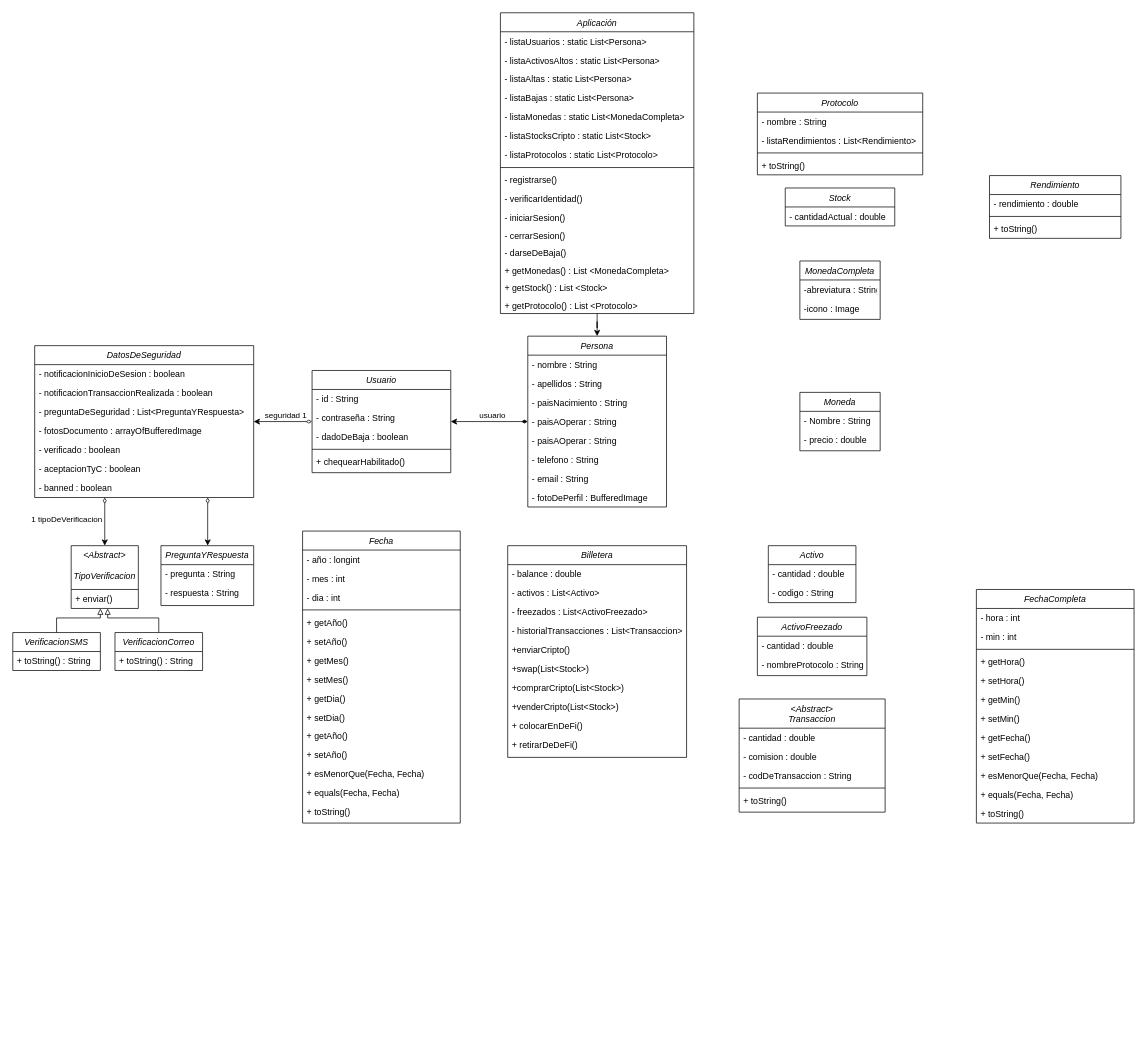
Faus142005/CriptoWallet keeps this draw.io diagram as Diagrama.drawio. Above is the earlier version. Source tidied: cells renumbered, new cells numbered last; positions are measured from the earlier drawing's top-left corner, leaving out a move shared by most shapes. Both pictures are drawn from the tidied source at 73%, with x=0, y=0 at pixel (12, 12).
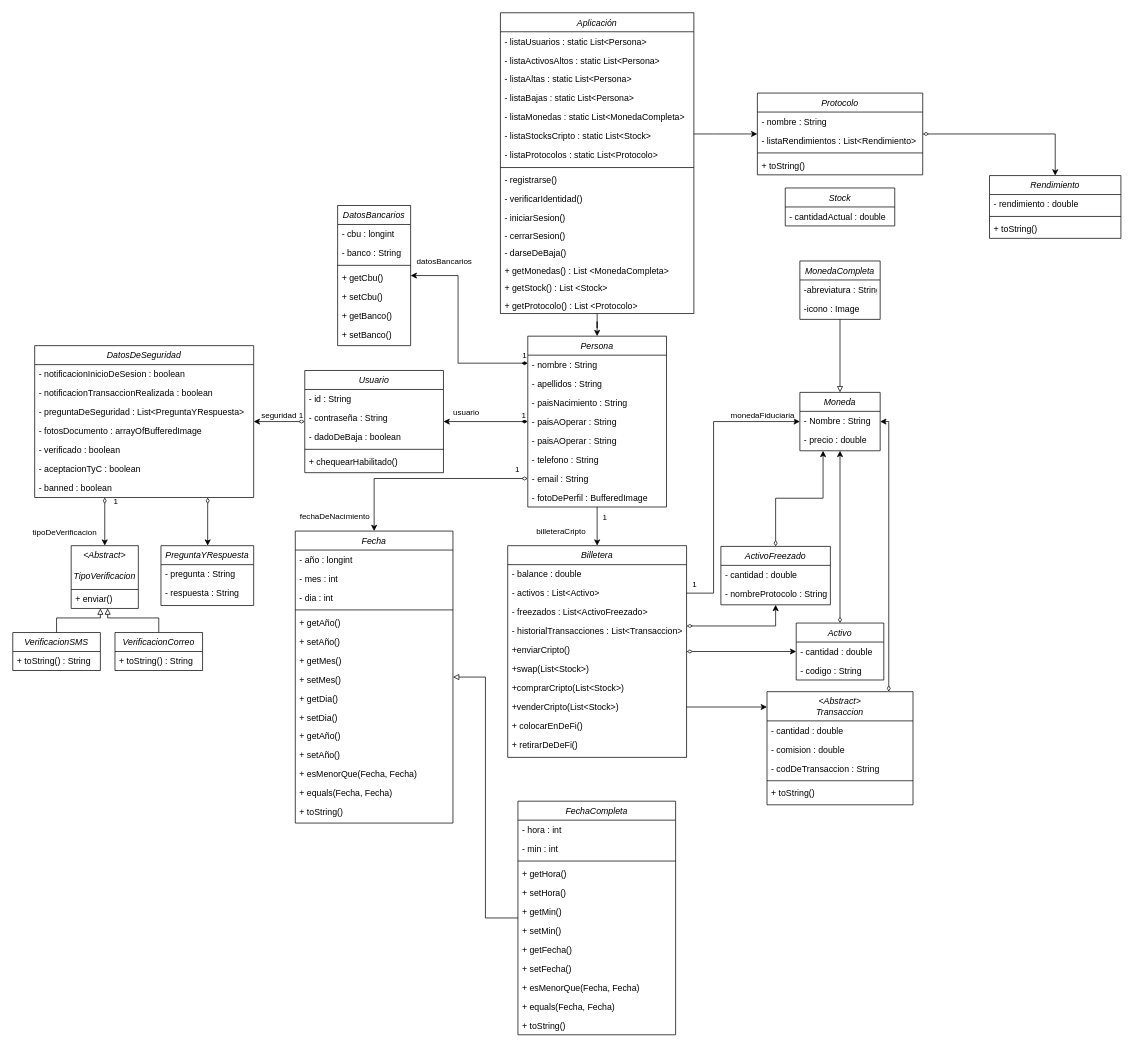
After the change.

The change refers to these unchanged cells:
```xml
<mxCell id="3" value="Aplicación" style="swimlane;fontStyle=2;align=center;verticalAlign=top;horizontal=1;startSize=26;rounded=0;shadow=0;strokeWidth=1;fontSize=12;" parent="1" vertex="1">
  <mxGeometry x="668" width="265" height="412" as="geometry" />
</mxCell>
<mxCell id="20" style="edgeStyle=orthogonalEdgeStyle;rounded=0;jettySize=auto;html=1;startArrow=diamondThin;startFill=1;" parent="1" edge="1" source="22" target="33">
  <mxGeometry relative="1" as="geometry" />
</mxCell>
<mxCell id="22" value="Persona" style="swimlane;fontStyle=2;align=center;verticalAlign=top;horizontal=1;startSize=26;rounded=0;shadow=0;strokeWidth=1;fontSize=12;" parent="1" vertex="1">
  <mxGeometry x="705.5" y="443" width="190" height="234" as="geometry" />
</mxCell>
<mxCell id="29" value="- email : String" style="text;align=left;verticalAlign=top;spacingLeft=4;spacingRight=4;overflow=hidden;points=[[0,0.5],[1,0.5]];portConstraint=eastwest;rounded=0;shadow=0;html=0;fontSize=12;" parent="22" vertex="1">
  <mxGeometry y="182" width="190" height="26" as="geometry" />
</mxCell>
<mxCell id="40" style="edgeStyle=orthogonalEdgeStyle;rounded=0;jettySize=auto;html=1;startArrow=diamondThin;startFill=0;" parent="1" edge="1" source="42" target="53">
  <mxGeometry relative="1" as="geometry">
    <Array as="points">
      <mxPoint x="126" y="680" />
      <mxPoint x="126" y="680" />
    </Array>
  </mxGeometry>
</mxCell>
<mxCell id="61" value="Moneda" style="swimlane;fontStyle=2;align=center;verticalAlign=top;horizontal=1;startSize=26;rounded=0;shadow=0;strokeWidth=1;" parent="1" vertex="1">
  <mxGeometry x="1078.2" y="520" width="110" height="80" as="geometry" />
</mxCell>
<mxCell id="64" value="MonedaCompleta" style="swimlane;fontStyle=2;align=center;verticalAlign=top;horizontal=1;startSize=26;rounded=0;shadow=0;strokeWidth=1;" parent="1" vertex="1">
  <mxGeometry x="1078.2" y="340" width="110" height="80" as="geometry" />
</mxCell>
<mxCell id="67" value="Billetera" style="swimlane;fontStyle=2;align=center;verticalAlign=top;horizontal=1;startSize=26;rounded=0;shadow=0;strokeWidth=1;fontSize=12;" parent="1" vertex="1">
  <mxGeometry x="678" y="730" width="245" height="290" as="geometry" />
</mxCell>
<mxCell id="69" value="- activos : List&lt;Activo&gt;" style="text;align=left;verticalAlign=top;spacingLeft=4;spacingRight=4;overflow=hidden;points=[[0,0.5],[1,0.5]];portConstraint=eastwest;rounded=0;shadow=0;html=0;fontSize=12;" parent="67" vertex="1">
  <mxGeometry y="52" width="245" height="26" as="geometry" />
</mxCell>
<mxCell id="75" value="+venderCripto(List&lt;Stock&gt;)" style="text;align=left;verticalAlign=top;spacingLeft=4;spacingRight=4;overflow=hidden;points=[[0,0.5],[1,0.5]];portConstraint=eastwest;rounded=0;shadow=0;html=0;fontSize=12;" parent="67" vertex="1">
  <mxGeometry y="208" width="245" height="26" as="geometry" />
</mxCell>
<mxCell id="119" value="Protocolo" style="swimlane;fontStyle=2;align=center;verticalAlign=top;horizontal=1;startSize=26;rounded=0;shadow=0;strokeWidth=1;fontSize=12;" parent="1" vertex="1">
  <mxGeometry x="1020" y="110" width="226.5" height="112" as="geometry" />
</mxCell>
<mxCell id="124" value="Rendimiento" style="swimlane;fontStyle=2;align=center;verticalAlign=top;horizontal=1;startSize=26;rounded=0;shadow=0;strokeWidth=1;fontSize=12;" parent="1" vertex="1">
  <mxGeometry x="1338" y="223" width="180" height="86" as="geometry" />
</mxCell>
```

Diff of the diagram source:
```diff
@@
+    <mxCell id="130" style="edgeStyle=orthogonalEdgeStyle;rounded=0;jettySize=auto;html=1;" parent="1" edge="1" source="3" target="119">
+      <mxGeometry relative="1" as="geometry">
+        <Array as="points">
+          <mxPoint x="960" y="166" />
+          <mxPoint x="960" y="166" />
+        </Array>
+      </mxGeometry>
+    </mxCell>
@@
     <mxCell id="21" value="usuario" style="edgeLabel;html=1;align=center;verticalAlign=middle;" parent="20" vertex="1">
       <mxGeometry x="-0.08" relative="1" as="geometry">
-        <mxPoint y="-10" as="offset" />
+        <mxPoint x="-32" y="-13" as="offset" />
       </mxGeometry>
     </mxCell>
+    <mxCell id="131" value="1" style="edgeLabel;html=1;align=center;verticalAlign=middle;" parent="20" vertex="1">
+      <mxGeometry x="-0.35" y="-2" relative="1" as="geometry">
+        <mxPoint x="32" y="-8" as="offset" />
+      </mxGeometry>
+    </mxCell>
+    <mxCell id="132" style="edgeStyle=orthogonalEdgeStyle;rounded=0;jettySize=auto;html=1;" parent="1" edge="1" source="22" target="67">
+      <mxGeometry relative="1" as="geometry" />
+    </mxCell>
+    <mxCell id="133" value="&lt;div&gt;billeteraCripto&lt;/div&gt;" style="edgeLabel;html=1;align=center;verticalAlign=middle;" parent="132" vertex="1">
+      <mxGeometry x="-0.46" y="1" relative="1" as="geometry">
+        <mxPoint x="-51" y="19" as="offset" />
+      </mxGeometry>
+    </mxCell>
+    <mxCell id="134" value="1" style="edgeLabel;html=1;align=center;verticalAlign=middle;" parent="132" vertex="1">
+      <mxGeometry x="-0.25" y="2" relative="1" as="geometry">
+        <mxPoint x="8" y="-7" as="offset" />
+      </mxGeometry>
+    </mxCell>
@@
     <mxCell id="33" value="Usuario" style="swimlane;fontStyle=2;align=center;verticalAlign=top;horizontal=1;startSize=26;rounded=0;shadow=0;strokeWidth=1;fontSize=12;" parent="1" vertex="1">
-      <mxGeometry x="410" y="490" width="190" height="140" as="geometry" />
+      <mxGeometry x="400" y="490" width="190" height="140" as="geometry" />
     </mxCell>
@@
-    <mxCell id="41" value="1 tipoDeVerificacion" style="edgeLabel;html=1;align=center;verticalAlign=middle;" parent="40" vertex="1">
+    <mxCell id="41" value="tipoDeVerificacion" style="edgeLabel;html=1;align=center;verticalAlign=middle;" parent="40" vertex="1">
       <mxGeometry x="0.32" relative="1" as="geometry">
-        <mxPoint x="-53" y="-15" as="offset" />
+        <mxPoint x="-56" y="3" as="offset" />
       </mxGeometry>
     </mxCell>
+    <mxCell id="135" value="1" style="edgeLabel;html=1;align=center;verticalAlign=middle;" parent="40" vertex="1">
+      <mxGeometry x="-0.44" y="1" relative="1" as="geometry">
+        <mxPoint x="13" y="-13" as="offset" />
+      </mxGeometry>
+    </mxCell>
@@
+    <mxCell id="136" style="edgeStyle=orthogonalEdgeStyle;rounded=0;jettySize=auto;html=1;endArrow=block;endFill=0;" parent="1" edge="1" source="64" target="61">
+      <mxGeometry relative="1" as="geometry" />
+    </mxCell>
@@
+    <mxCell id="137" style="edgeStyle=orthogonalEdgeStyle;rounded=0;jettySize=auto;html=1;startArrow=diamondThin;startFill=0;" parent="1" edge="1" source="67" target="78">
+      <mxGeometry relative="1" as="geometry" />
+    </mxCell>
+    <mxCell id="138" style="edgeStyle=orthogonalEdgeStyle;rounded=0;jettySize=auto;html=1;startArrow=diamondThin;startFill=0;" parent="1" edge="1" source="67" target="81">
+      <mxGeometry relative="1" as="geometry">
+        <Array as="points">
+          <mxPoint x="1045" y="840" />
+        </Array>
+      </mxGeometry>
+    </mxCell>
@@
+    <mxCell id="139" style="edgeStyle=orthogonalEdgeStyle;rounded=0;jettySize=auto;html=1;startArrow=diamondThin;startFill=0;" parent="1" edge="1" source="78" target="61">
+      <mxGeometry relative="1" as="geometry" />
+    </mxCell>
     <mxCell id="78" value="Activo" style="swimlane;fontStyle=2;align=center;verticalAlign=top;horizontal=1;startSize=26;rounded=0;shadow=0;strokeWidth=1;" parent="1" vertex="1">
-      <mxGeometry x="1035" y="730" width="120" height="78" as="geometry" />
+      <mxGeometry x="1073.2" y="836" width="120" height="78" as="geometry" />
     </mxCell>
@@
+    <mxCell id="140" style="edgeStyle=orthogonalEdgeStyle;rounded=0;jettySize=auto;html=1;startArrow=diamondThin;startFill=0;" parent="1" edge="1" source="81" target="61">
+      <mxGeometry relative="1" as="geometry">
+        <Array as="points">
+          <mxPoint x="1045" y="665" />
+          <mxPoint x="1110" y="665" />
+        </Array>
+      </mxGeometry>
+    </mxCell>
     <mxCell id="81" value="ActivoFreezado" style="swimlane;fontStyle=2;align=center;verticalAlign=top;horizontal=1;startSize=26;rounded=0;shadow=0;strokeWidth=1;spacing=2;" parent="1" vertex="1">
-      <mxGeometry x="1020" y="828" width="150" height="80" as="geometry" />
+      <mxGeometry x="970" y="731" width="150" height="80" as="geometry" />
     </mxCell>
@@
+    <mxCell id="141" style="edgeStyle=orthogonalEdgeStyle;rounded=0;jettySize=auto;html=1;startArrow=diamondThin;startFill=0;" parent="1" edge="1" source="84" target="61">
+      <mxGeometry relative="1" as="geometry">
+        <Array as="points">
+          <mxPoint x="1200" y="560" />
+        </Array>
+      </mxGeometry>
+    </mxCell>
     <mxCell id="84" value="&lt;Abstract&gt;&#10;Transaccion" style="swimlane;fontStyle=2;align=center;verticalAlign=top;horizontal=1;startSize=40;rounded=0;shadow=0;strokeWidth=1;fontSize=12;" parent="1" vertex="1">
-      <mxGeometry x="995" y="940" width="200" height="155" as="geometry" />
+      <mxGeometry x="1033.2" y="930" width="200" height="155" as="geometry" />
     </mxCell>
@@
     <mxCell id="90" value="Fecha" style="swimlane;fontStyle=2;align=center;verticalAlign=top;horizontal=1;startSize=26;rounded=0;shadow=0;strokeWidth=1;fontSize=12;" parent="1" vertex="1">
-      <mxGeometry x="397" y="710" width="216" height="400" as="geometry" />
+      <mxGeometry x="387" y="710" width="216" height="400" as="geometry" />
     </mxCell>
@@
+    <mxCell id="142" style="edgeStyle=orthogonalEdgeStyle;rounded=0;jettySize=auto;html=1;endArrow=block;endFill=0;" parent="1" edge="1" source="106" target="90">
+      <mxGeometry relative="1" as="geometry" />
+    </mxCell>
     <mxCell id="106" value="FechaCompleta" style="swimlane;fontStyle=2;align=center;verticalAlign=top;horizontal=1;startSize=26;rounded=0;shadow=0;strokeWidth=1;fontSize=12;" parent="1" vertex="1">
-      <mxGeometry x="1320" y="790" width="216" height="320" as="geometry" />
+      <mxGeometry x="692" y="1080" width="216" height="320" as="geometry" />
     </mxCell>
@@
+    <mxCell id="143" style="edgeStyle=orthogonalEdgeStyle;rounded=0;jettySize=auto;html=1;startArrow=diamondThin;startFill=0;" parent="1" edge="1" source="119" target="124">
+      <mxGeometry relative="1" as="geometry" />
+    </mxCell>
@@
+    <mxCell id="144" value="DatosBancarios" style="swimlane;fontStyle=2;align=center;verticalAlign=top;horizontal=1;startSize=26;rounded=0;shadow=0;strokeWidth=1;fontSize=12;" parent="1" vertex="1">
+      <mxGeometry x="445" y="264" width="100" height="192" as="geometry" />
+    </mxCell>
+    <mxCell id="145" value="- cbu : longint" style="text;align=left;verticalAlign=top;spacingLeft=4;spacingRight=4;overflow=hidden;rounded=0;shadow=0;html=0;fontSize=12;" parent="144" vertex="1">
+      <mxGeometry y="26" width="100" height="26" as="geometry" />
+    </mxCell>
+    <mxCell id="146" value="- banco : String" style="text;align=left;verticalAlign=top;spacingLeft=4;spacingRight=4;overflow=hidden;rounded=0;shadow=0;html=0;fontSize=12;" parent="144" vertex="1">
+      <mxGeometry y="52" width="100" height="26" as="geometry" />
+    </mxCell>
+    <mxCell id="147" style="line;html=1;strokeWidth=1;align=left;verticalAlign=middle;spacingTop=-1;spacingLeft=3;spacingRight=3;labelPosition=right;fontSize=12;" parent="144" vertex="1">
+      <mxGeometry y="78" width="100" height="8" as="geometry" />
+    </mxCell>
+    <mxCell id="148" value="+ getCbu()" style="text;align=left;verticalAlign=top;spacingLeft=4;spacingRight=4;overflow=hidden;rounded=0;shadow=0;html=0;fontSize=12;" parent="144" vertex="1">
+      <mxGeometry y="86" width="100" height="26" as="geometry" />
+    </mxCell>
+    <mxCell id="149" value="+ setCbu()" style="text;align=left;verticalAlign=top;spacingLeft=4;spacingRight=4;overflow=hidden;rounded=0;shadow=0;html=0;fontSize=12;" parent="144" vertex="1">
+      <mxGeometry y="112" width="100" height="26" as="geometry" />
+    </mxCell>
+    <mxCell id="150" value="+ getBanco()" style="text;align=left;verticalAlign=top;spacingLeft=4;spacingRight=4;overflow=hidden;rounded=0;shadow=0;html=0;fontSize=12;" parent="144" vertex="1">
+      <mxGeometry y="138" width="100" height="26" as="geometry" />
+    </mxCell>
+    <mxCell id="151" value="+ setBanco()" style="text;align=left;verticalAlign=top;spacingLeft=4;spacingRight=4;overflow=hidden;rounded=0;shadow=0;html=0;fontSize=12;" parent="144" vertex="1">
+      <mxGeometry y="164" width="100" height="26" as="geometry" />
+    </mxCell>
+    <mxCell id="152" style="edgeStyle=orthogonalEdgeStyle;rounded=0;jettySize=auto;html=1;startArrow=diamondThin;startFill=0;" parent="1" edge="1" source="29" target="90">
+      <mxGeometry relative="1" as="geometry" />
+    </mxCell>
+    <mxCell id="153" value="1" style="edgeLabel;html=1;align=center;verticalAlign=middle;" parent="152" vertex="1">
+      <mxGeometry x="-0.61" y="3" relative="1" as="geometry">
+        <mxPoint x="40" y="-16" as="offset" />
+      </mxGeometry>
+    </mxCell>
+    <mxCell id="154" value="fechaDeNacimiento" style="edgeLabel;html=1;align=center;verticalAlign=middle;" parent="152" vertex="1">
+      <mxGeometry x="0.69" y="-2" relative="1" as="geometry">
+        <mxPoint x="-53" y="23" as="offset" />
+      </mxGeometry>
+    </mxCell>
+    <mxCell id="155" style="edgeStyle=orthogonalEdgeStyle;rounded=0;jettySize=auto;html=1;startArrow=diamondThin;startFill=1;" parent="1" edge="1" source="22" target="144">
+      <mxGeometry relative="1" as="geometry">
+        <Array as="points">
+          <mxPoint x="610" y="480" />
+          <mxPoint x="610" y="360" />
+        </Array>
+      </mxGeometry>
+    </mxCell>
+    <mxCell id="156" value="1" style="edgeLabel;html=1;align=center;verticalAlign=middle;" parent="155" vertex="1">
+      <mxGeometry x="-0.68" y="-1" relative="1" as="geometry">
+        <mxPoint x="40" y="-10" as="offset" />
+      </mxGeometry>
+    </mxCell>
+    <mxCell id="157" value="datosBancarios" style="edgeLabel;html=1;align=center;verticalAlign=middle;" parent="155" vertex="1">
+      <mxGeometry x="0.67" y="1" relative="1" as="geometry">
+        <mxPoint x="-1" y="-21" as="offset" />
+      </mxGeometry>
+    </mxCell>
+    <mxCell id="158" style="edgeStyle=orthogonalEdgeStyle;rounded=0;jettySize=auto;html=1;exitX=1;exitY=0.5;exitDx=0;exitDy=0;" parent="1" edge="1" source="69" target="61">
+      <mxGeometry relative="1" as="geometry">
+        <Array as="points">
+          <mxPoint x="960" y="795" />
+          <mxPoint x="960" y="560" />
+        </Array>
+      </mxGeometry>
+    </mxCell>
+    <mxCell id="159" value="1" style="edgeLabel;html=1;align=center;verticalAlign=middle;" parent="158" vertex="1">
+      <mxGeometry x="-0.87" y="-3" relative="1" as="geometry">
+        <mxPoint x="-15" y="-16" as="offset" />
+      </mxGeometry>
+    </mxCell>
+    <mxCell id="160" value="monedaFiduciaria" style="edgeLabel;html=1;align=center;verticalAlign=middle;" parent="158" vertex="1">
+      <mxGeometry x="0.73" y="1" relative="1" as="geometry">
+        <mxPoint y="-9" as="offset" />
+      </mxGeometry>
+    </mxCell>
+    <mxCell id="161" style="edgeStyle=orthogonalEdgeStyle;rounded=0;jettySize=auto;html=1;startArrow=none;startFill=0;" parent="1" edge="1" source="75" target="84">
+      <mxGeometry relative="1" as="geometry">
+        <Array as="points">
+          <mxPoint x="1139" y="950" />
+        </Array>
+      </mxGeometry>
+    </mxCell>
```
